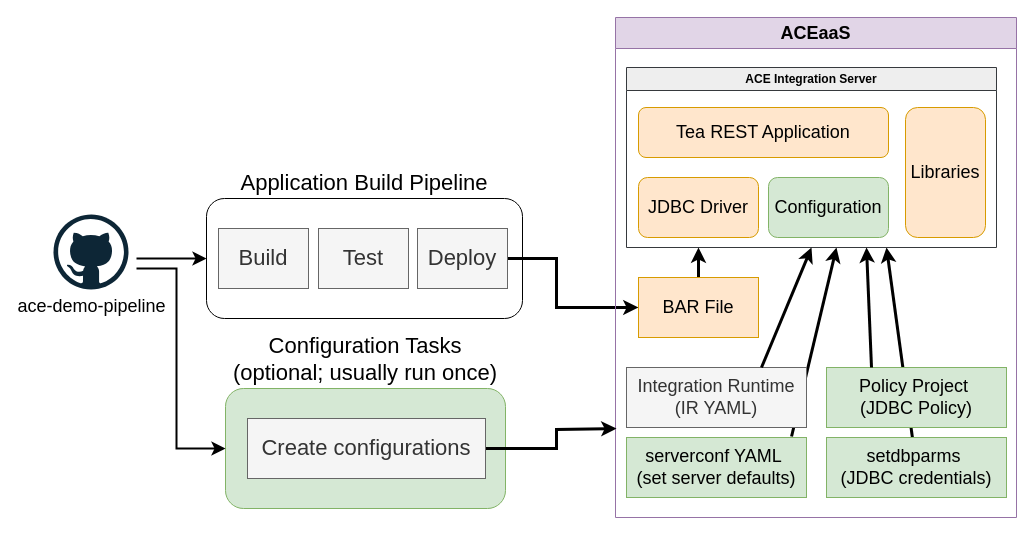
ot4i/ace-demo-pipeline keeps this draw.io diagram as demo-infrastructure/images/aceaas-pipeline-overview.drawio. Above is the earlier version. Source tidied: cells renumbered, new cells numbered last; positions are measured from the earlier drawing's top-left corner, leaving out a move shared by most shapes. Both pictures are drawn from the tidied source at 100%, with x=0, y=0 at pixel (53, 17).
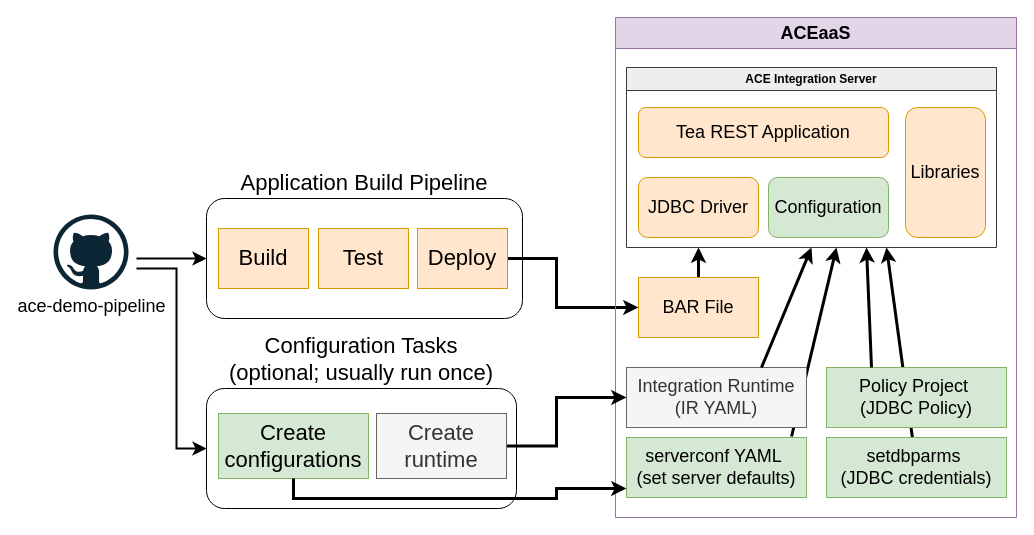
Above is the later version.

Commit message (it also covers changes not shown here):
Update ACEaaS pipeline picture

The change refers to these unchanged cells:
```xml
<mxCell id="19" value="Integration Runtime (IR YAML)" style="rounded=0;whiteSpace=wrap;html=1;fontSize=18;fillColor=#f5f5f5;strokeColor=#666666;fontColor=#333333;" parent="16" vertex="1">
  <mxGeometry x="11" y="350" width="180" height="60" as="geometry" />
</mxCell>
```

Diff of the diagram source:
```diff
@@
-    <mxCell id="6" value="Build" style="rounded=0;whiteSpace=wrap;html=1;fontSize=22;fillColor=#f5f5f5;fontColor=#333333;strokeColor=#666666;fontStyle=0;" parent="1" vertex="1">
+    <mxCell id="6" value="Build" style="rounded=0;whiteSpace=wrap;html=1;fontSize=22;fillColor=#ffe6cc;strokeColor=#d79b00;fontStyle=0;" parent="1" vertex="1">
       <mxGeometry x="165" y="211" width="90" height="60" as="geometry" />
     </mxCell>
-    <mxCell id="7" value="Test" style="rounded=0;whiteSpace=wrap;html=1;fontSize=22;fillColor=#f5f5f5;fontColor=#333333;strokeColor=#666666;fontStyle=0;" parent="1" vertex="1">
+    <mxCell id="7" value="Test" style="rounded=0;whiteSpace=wrap;html=1;fontSize=22;fillColor=#ffe6cc;strokeColor=#d79b00;fontStyle=0;" parent="1" vertex="1">
       <mxGeometry x="265" y="211" width="90" height="60" as="geometry" />
     </mxCell>
@@
-    <mxCell id="9" value="Deploy" style="rounded=0;whiteSpace=wrap;html=1;fontSize=22;fillColor=#f5f5f5;fontColor=#333333;strokeColor=#666666;fontStyle=0;" parent="1" vertex="1">
+    <mxCell id="9" value="Deploy" style="rounded=0;whiteSpace=wrap;html=1;fontSize=22;fillColor=#ffe6cc;strokeColor=#d79b00;fontStyle=0;" parent="1" vertex="1">
       <mxGeometry x="364" y="211" width="90" height="60" as="geometry" />
     </mxCell>
@@
-    <mxCell id="25" value="Configuration Tasks&lt;div&gt;(optional; usually run once)&lt;/div&gt;" style="rounded=1;whiteSpace=wrap;html=1;fontSize=22;fontStyle=0;labelPosition=center;verticalLabelPosition=top;align=center;verticalAlign=bottom;fillColor=#d5e8d4;strokeColor=#82b366;" parent="1" vertex="1">
-      <mxGeometry x="172" y="371" width="280" height="120" as="geometry" />
+    <mxCell id="25" value="Configuration Tasks&lt;div&gt;(optional; usually run once)&lt;/div&gt;" style="rounded=1;whiteSpace=wrap;html=1;fontSize=22;fontStyle=0;labelPosition=center;verticalLabelPosition=top;align=center;verticalAlign=bottom;" parent="1" vertex="1">
+      <mxGeometry x="153" y="371" width="310" height="120" as="geometry" />
     </mxCell>
-    <mxCell id="26" style="edgeStyle=orthogonalEdgeStyle;rounded=0;jettySize=auto;html=1;exitX=1;exitY=0.5;exitDx=0;exitDy=0;strokeWidth=3;" parent="1" edge="1" source="27">
-      <mxGeometry relative="1" as="geometry">
-        <mxPoint x="563" y="411" as="targetPoint" />
-        <Array as="points">
-          <mxPoint x="503" y="431" />
-          <mxPoint x="503" y="412" />
-        </Array>
-      </mxGeometry>
-    </mxCell>
-    <mxCell id="27" value="Create configurations" style="rounded=0;whiteSpace=wrap;html=1;fontSize=22;fillColor=#f5f5f5;fontColor=#333333;strokeColor=#666666;fontStyle=0;" parent="1" vertex="1">
-      <mxGeometry x="194" y="401" width="238" height="60" as="geometry" />
+    <mxCell id="27" value="Create configurations" style="rounded=0;whiteSpace=wrap;html=1;fontSize=22;fillColor=#d5e8d4;strokeColor=#82b366;fontStyle=0;" parent="1" vertex="1">
+      <mxGeometry x="165" y="396" width="150" height="65" as="geometry" />
     </mxCell>
@@
+    <mxCell id="29" style="edgeStyle=orthogonalEdgeStyle;rounded=0;jettySize=auto;html=1;entryX=0;entryY=0.5;entryDx=0;entryDy=0;strokeWidth=3;" parent="1" edge="1" source="30" target="19">
+      <mxGeometry relative="1" as="geometry">
+        <Array as="points">
+          <mxPoint x="503" y="429" />
+          <mxPoint x="503" y="380" />
+        </Array>
+      </mxGeometry>
+    </mxCell>
+    <mxCell id="30" value="Create runtime" style="rounded=0;whiteSpace=wrap;html=1;fontSize=22;fillColor=#f5f5f5;fontColor=#333333;strokeColor=#666666;fontStyle=0;" parent="1" vertex="1">
+      <mxGeometry x="323" y="396" width="130" height="65" as="geometry" />
+    </mxCell>
+    <mxCell id="31" style="edgeStyle=orthogonalEdgeStyle;rounded=0;jettySize=auto;html=1;exitX=0.5;exitY=1;exitDx=0;exitDy=0;strokeWidth=3;" parent="1" edge="1" source="27">
+      <mxGeometry relative="1" as="geometry">
+        <mxPoint x="573" y="471" as="targetPoint" />
+        <Array as="points">
+          <mxPoint x="240" y="481" />
+          <mxPoint x="503" y="481" />
+          <mxPoint x="503" y="471" />
+        </Array>
+      </mxGeometry>
+    </mxCell>
```
